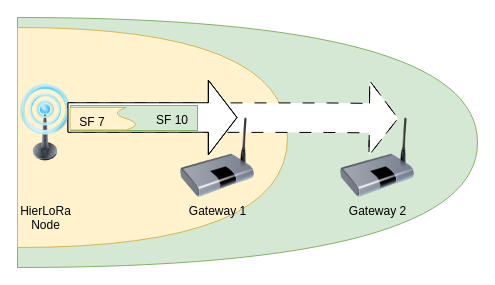
Earlier version of the draw.io diagram HierLoRa.drawio (saroesler/Pictures). Source tidied: cells renumbered, new cells numbered last; positions are measured from the earlier drawing's top-left corner, leaving out a move shared by most shapes. Both pictures are drawn from the tidied source at 100%, with x=0, y=0 at pixel (17, 17).
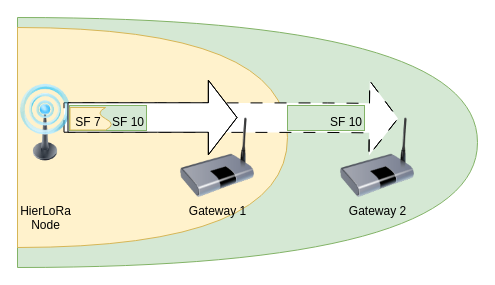
The same page after the edit.

What changed in the source:
```diff
@@
 <mxGraphModel>
   <root>
     <mxCell id="0" />
     <mxCell id="1" parent="0" />
     <mxCell id="2" style="shape=or;whiteSpace=wrap;html=1;fillColor=#d5e8d4;strokeColor=#82b366;" parent="1" vertex="1">
       <mxGeometry width="460" height="250" as="geometry" />
     </mxCell>
     <mxCell id="3" style="shape=or;whiteSpace=wrap;html=1;fillColor=#fff2cc;strokeColor=#d6b656;" parent="1" vertex="1">
       <mxGeometry y="10" width="270" height="220" as="geometry" />
     </mxCell>
     <mxCell id="4" style="shape=flexArrow;endArrow=classic;html=1;rounded=0;fillColor=default;endWidth=44.13793103448276;endSize=9.216744186046512;width=29.488372093023255;entryX=0.7;entryY=0.021;entryDx=0;entryDy=0;entryPerimeter=0;exitX=0.143;exitY=0.333;exitDx=0;exitDy=0;exitPerimeter=0;dashed=1;dashPattern=12 12;labelBackgroundColor=default;fontColor=default;" parent="1" edge="1" source="11">
       <mxGeometry relative="1" as="geometry">
         <mxPoint x="381" y="100.9" as="targetPoint" />
         <Array as="points">
           <mxPoint x="310" y="100.2" />
         </Array>
       </mxGeometry>
     </mxCell>
     <mxCell id="5" value="Gateway 1" style="image;html=1;image=img/lib/clip_art/networking/Bridge_128x128.png;imageBackground=none;labelBackgroundColor=none;" parent="1" vertex="1">
       <mxGeometry x="160" y="100" width="80" height="80" as="geometry" />
     </mxCell>
     <mxCell id="6" value="Gateway 2" style="image;html=1;image=img/lib/clip_art/networking/Bridge_128x128.png;fontColor=default;labelBackgroundColor=none;" parent="1" vertex="1">
       <mxGeometry x="320" y="100" width="80" height="80" as="geometry" />
     </mxCell>
     <mxCell id="7" value="&lt;div&gt;HierLoRa&lt;/div&gt;&lt;div&gt;Node&lt;br&gt;&lt;/div&gt;" style="image;html=1;image=img/lib/clip_art/telecommunication/Signal_tower_on_128x128.png;labelBackgroundColor=none;" parent="1" vertex="1">
       <mxGeometry x="3" y="30" width="50" height="150" as="geometry" />
     </mxCell>
     <mxCell id="8" style="shape=flexArrow;endArrow=classic;html=1;rounded=0;endWidth=44.13793103448276;endSize=9.216744186046512;width=29.488372093023255;fillColor=default;" parent="1" edge="1">
       <mxGeometry relative="1" as="geometry">
         <mxPoint x="50" y="100" as="sourcePoint" />
         <mxPoint x="220" y="100" as="targetPoint" />
         <Array as="points">
           <mxPoint x="140" y="100" />
         </Array>
       </mxGeometry>
     </mxCell>
     <mxCell id="9" style="rounded=0;whiteSpace=wrap;html=1;fillColor=#d5e8d4;strokeColor=#82b366;" parent="1" vertex="1">
-      <mxGeometry x="53" y="88" width="127" height="25" as="geometry" />
+      <mxGeometry x="52" y="88" width="77" height="25" as="geometry" />
     </mxCell>
     <mxCell id="10" style="shape=document;whiteSpace=wrap;html=1;boundedLbl=1;rotation=-90;fillColor=#fff2cc;strokeColor=#d6b656;" parent="1" vertex="1">
-      <mxGeometry x="74.4" y="68.1" width="22.5" height="66.2" as="geometry" />
+      <mxGeometry x="62.2" y="80.3" width="22.5" height="41.9" as="geometry" />
     </mxCell>
     <mxCell id="11" value="SF 7" style="text;html=1;strokeColor=none;fillColor=none;align=center;verticalAlign=middle;whiteSpace=wrap;rounded=0;" parent="1" vertex="1">
-      <mxGeometry x="40" y="90" width="70" height="30" as="geometry" />
+      <mxGeometry x="36" y="90" width="70" height="30" as="geometry" />
     </mxCell>
     <mxCell id="12" value="SF 10" style="text;html=1;strokeColor=none;fillColor=none;align=center;verticalAlign=middle;whiteSpace=wrap;rounded=0;" parent="1" vertex="1">
-      <mxGeometry x="120" y="88" width="70" height="30" as="geometry" />
+      <mxGeometry x="76" y="90" width="70" height="30" as="geometry" />
     </mxCell>
+    <mxCell id="13" style="rounded=0;whiteSpace=wrap;html=1;fillColor=#d5e8d4;strokeColor=#82b366;" parent="1" vertex="1">
+      <mxGeometry x="270" y="88" width="77" height="25" as="geometry" />
+    </mxCell>
+    <mxCell id="14" value="SF 10" style="text;html=1;strokeColor=none;fillColor=none;align=center;verticalAlign=middle;whiteSpace=wrap;rounded=0;" parent="1" vertex="1">
+      <mxGeometry x="294" y="90" width="70" height="30" as="geometry" />
+    </mxCell>
   </root>
 </mxGraphModel>
```
